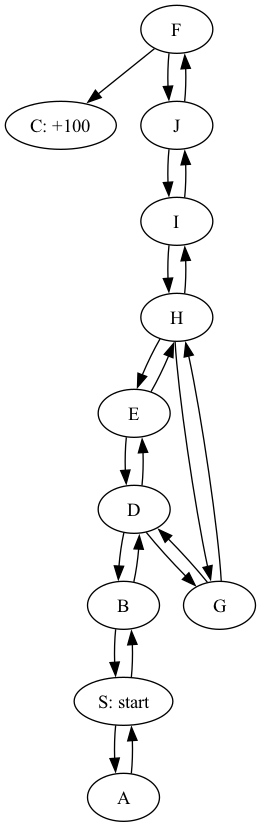
moussahatabBU/dx704-project-05 keeps this Graphviz diagram as part3.png. Above is the earlier version. Its source is kept beside it as part3.dot.
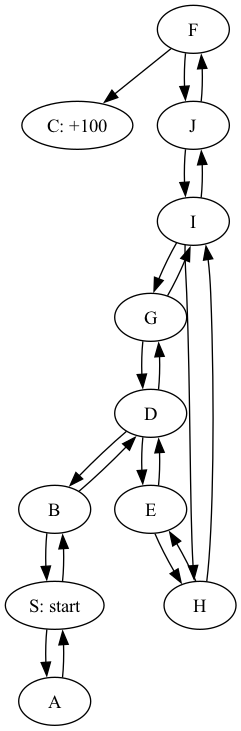
After the change.

The edit, as a diff of the source:
```diff
@@ -13,10 +13,10 @@
   F -> C;
   F -> J;
   G -> D;
-  G -> H;
+  G -> I;
   H -> E;
-  H -> G;
   H -> I;
+  I -> G;
   I -> H;
   I -> J;
   J -> F;
```
